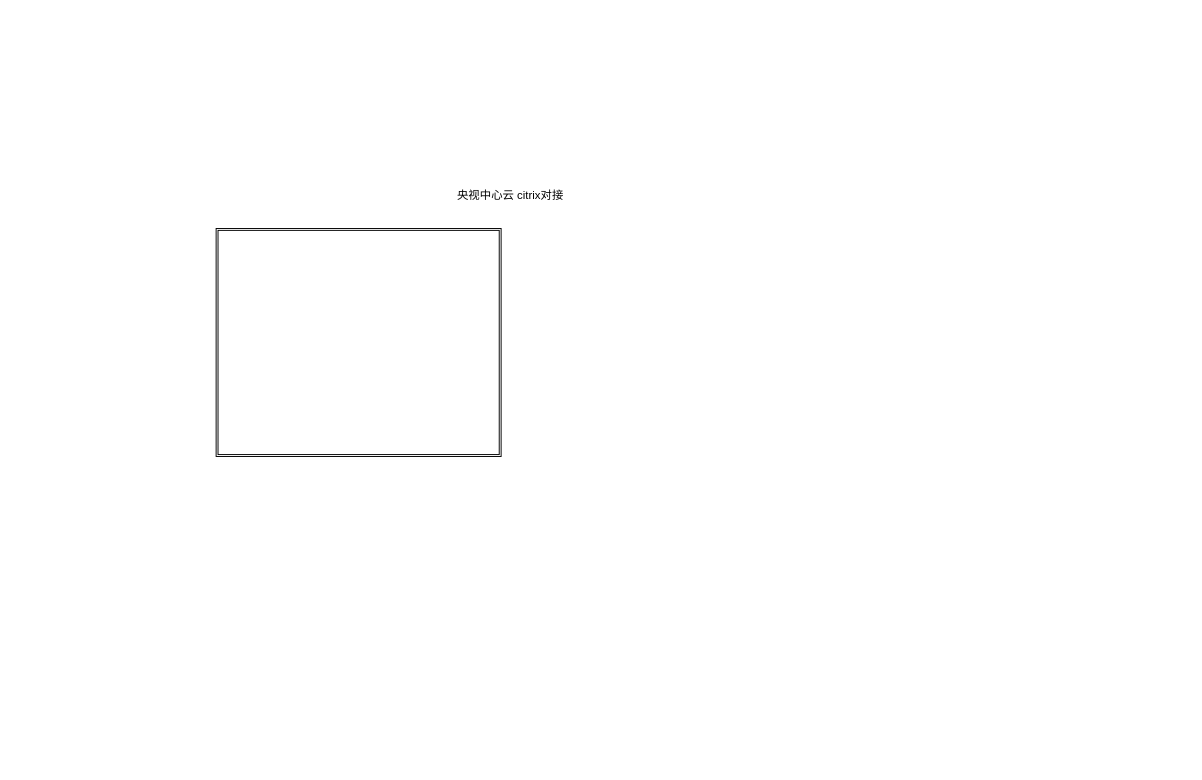
The draw.io diagram Untitled Diagram.drawio in Crispian-Han/hello-world, before the edit. Source tidied: cells renumbered, new cells numbered last; positions are measured from the earlier drawing's top-left corner, leaving out a move shared by most shapes. Both pictures are drawn from the tidied source at 95%, with x=0, y=0 at pixel (216, 190).
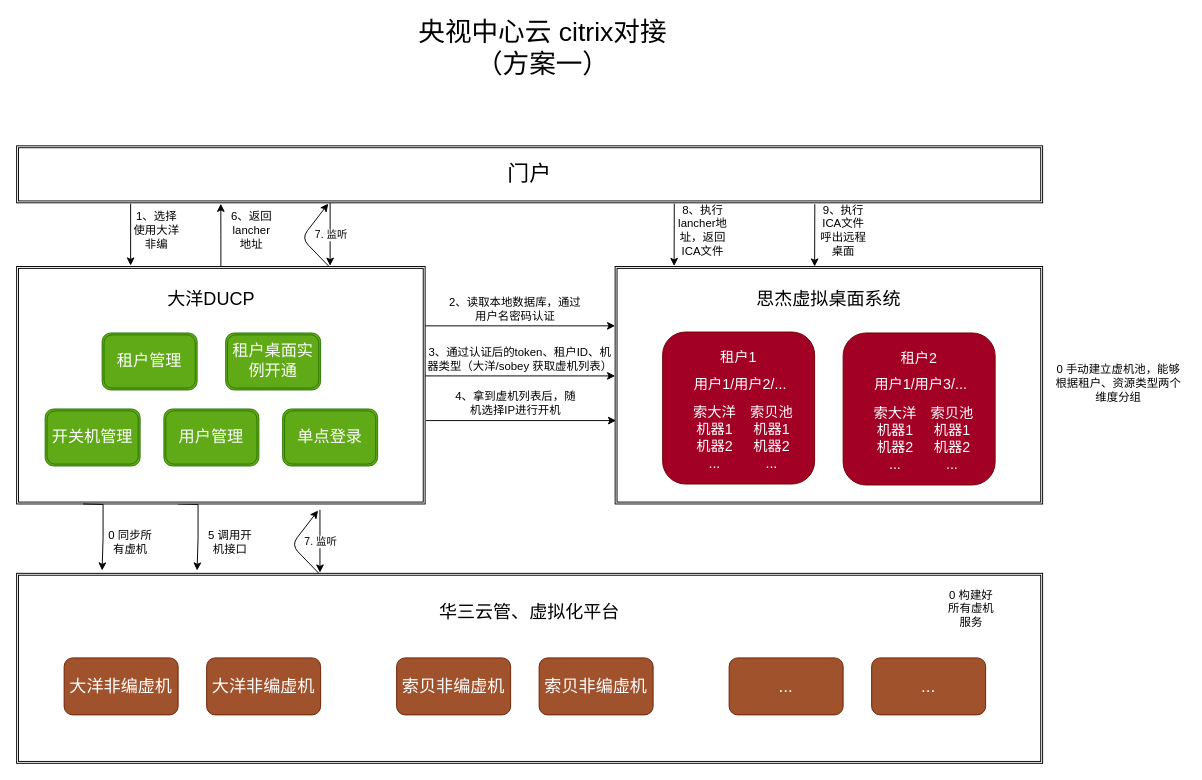
The same page after the edit.

Diff of the diagram source:
```diff
@@
     <mxCell id="2" style="shape=ext;double=1;rounded=0;whiteSpace=wrap;html=1;" parent="1" vertex="1">
-      <mxGeometry y="40" width="300" height="240" as="geometry" />
+      <mxGeometry x="-210" y="403" width="1080" height="200" as="geometry" />
     </mxCell>
-    <mxCell id="3" value="央视中心云 citrix对接" style="text;html=1;strokeColor=none;fillColor=none;align=center;verticalAlign=middle;whiteSpace=wrap;rounded=0;" parent="1" vertex="1">
-      <mxGeometry x="250" width="120" height="10" as="geometry" />
+    <mxCell id="3" value="&lt;font style=&quot;font-size: 28px&quot;&gt;央视中心云 citrix对接（方案一）&lt;/font&gt;" style="text;html=1;strokeColor=none;fillColor=none;align=center;verticalAlign=middle;whiteSpace=wrap;rounded=0;" parent="1" vertex="1">
+      <mxGeometry x="204" y="-180" width="280" height="60" as="geometry" />
     </mxCell>
+    <mxCell id="4" style="edgeStyle=orthogonalEdgeStyle;rounded=0;jettySize=auto;html=1;exitX=1;exitY=0.25;exitDx=0;exitDy=0;entryX=0;entryY=0.25;entryDx=0;entryDy=0;" parent="1" edge="1" source="7" target="8">
+      <mxGeometry relative="1" as="geometry" />
+    </mxCell>
+    <mxCell id="5" style="edgeStyle=orthogonalEdgeStyle;rounded=0;orthogonalLoop=1;jettySize=auto;html=1;exitX=0.25;exitY=1;exitDx=0;exitDy=0;" parent="1" edge="1">
+      <mxGeometry relative="1" as="geometry">
+        <mxPoint x="-40" y="330" as="sourcePoint" />
+        <mxPoint x="-20" y="400" as="targetPoint" />
+      </mxGeometry>
+    </mxCell>
+    <mxCell id="6" style="edgeStyle=orthogonalEdgeStyle;rounded=0;jettySize=auto;html=1;exitX=0.5;exitY=0;exitDx=0;exitDy=0;entryX=0.199;entryY=1.017;entryDx=0;entryDy=0;entryPerimeter=0;" parent="1" edge="1" source="7" target="9">
+      <mxGeometry relative="1" as="geometry" />
+    </mxCell>
+    <mxCell id="7" style="shape=ext;double=1;rounded=0;whiteSpace=wrap;html=1;" parent="1" vertex="1">
+      <mxGeometry x="-210" y="80" width="430" height="250" as="geometry" />
+    </mxCell>
+    <mxCell id="8" style="shape=ext;double=1;rounded=0;whiteSpace=wrap;html=1;" parent="1" vertex="1">
+      <mxGeometry x="420" y="80" width="450" height="250" as="geometry" />
+    </mxCell>
+    <mxCell id="9" value="&lt;font style=&quot;font-size: 23px&quot;&gt;门户&lt;/font&gt;" style="shape=ext;double=1;rounded=0;whiteSpace=wrap;html=1;" parent="1" vertex="1">
+      <mxGeometry x="-210" y="-47" width="1080" height="60" as="geometry" />
+    </mxCell>
+    <mxCell id="10" value="&lt;font style=&quot;font-size: 19px&quot;&gt;华三云管、虚拟化平台&lt;/font&gt;" style="text;html=1;strokeColor=none;fillColor=none;align=center;verticalAlign=middle;whiteSpace=wrap;rounded=0;" parent="1" vertex="1">
+      <mxGeometry x="195" y="430" width="270" height="30" as="geometry" />
+    </mxCell>
+    <mxCell id="11" value="&lt;span style=&quot;font-size: 19px&quot;&gt;大洋DUCP&lt;/span&gt;" style="text;html=1;strokeColor=none;fillColor=none;align=center;verticalAlign=middle;whiteSpace=wrap;rounded=0;" parent="1" vertex="1">
+      <mxGeometry x="-140" y="100" width="270" height="30" as="geometry" />
+    </mxCell>
+    <mxCell id="12" value="&lt;span style=&quot;font-size: 19px&quot;&gt;思杰虚拟桌面系统&lt;/span&gt;" style="text;html=1;strokeColor=none;fillColor=none;align=center;verticalAlign=middle;whiteSpace=wrap;rounded=0;" parent="1" vertex="1">
+      <mxGeometry x="510" y="100" width="270" height="30" as="geometry" />
+    </mxCell>
+    <mxCell id="13" value="&lt;font style=&quot;font-size: 18px&quot;&gt;大洋非编虚机&lt;/font&gt;" style="rounded=1;whiteSpace=wrap;html=1;fillColor=#a0522d;strokeColor=#6D1F00;fontColor=#ffffff;" parent="1" vertex="1">
+      <mxGeometry x="-160" y="492" width="120" height="60" as="geometry" />
+    </mxCell>
+    <mxCell id="14" value="&lt;font style=&quot;font-size: 18px&quot;&gt;大洋非编虚机&lt;/font&gt;" style="rounded=1;whiteSpace=wrap;html=1;fillColor=#a0522d;strokeColor=#6D1F00;fontColor=#ffffff;" parent="1" vertex="1">
+      <mxGeometry x="-10" y="492" width="120" height="60" as="geometry" />
+    </mxCell>
+    <mxCell id="15" value="&lt;font style=&quot;font-size: 18px&quot;&gt;索贝非编虚机&lt;/font&gt;" style="rounded=1;whiteSpace=wrap;html=1;fillColor=#a0522d;strokeColor=#6D1F00;fontColor=#ffffff;" parent="1" vertex="1">
+      <mxGeometry x="190" y="492" width="120" height="60" as="geometry" />
+    </mxCell>
+    <mxCell id="16" value="&lt;font style=&quot;font-size: 18px&quot;&gt;索贝非编虚机&lt;/font&gt;" style="rounded=1;whiteSpace=wrap;html=1;fillColor=#a0522d;strokeColor=#6D1F00;fontColor=#ffffff;" parent="1" vertex="1">
+      <mxGeometry x="340" y="492" width="120" height="60" as="geometry" />
+    </mxCell>
+    <mxCell id="17" value="&lt;font style=&quot;font-size: 18px&quot;&gt;...&lt;/font&gt;" style="rounded=1;whiteSpace=wrap;html=1;fillColor=#a0522d;strokeColor=#6D1F00;fontColor=#ffffff;" parent="1" vertex="1">
+      <mxGeometry x="540" y="492" width="120" height="60" as="geometry" />
+    </mxCell>
+    <mxCell id="18" value="&lt;font style=&quot;font-size: 18px&quot;&gt;...&lt;/font&gt;" style="rounded=1;whiteSpace=wrap;html=1;fillColor=#a0522d;strokeColor=#6D1F00;fontColor=#ffffff;" parent="1" vertex="1">
+      <mxGeometry x="690" y="492" width="120" height="60" as="geometry" />
+    </mxCell>
+    <mxCell id="19" value="&lt;font style=&quot;font-size: 17px&quot;&gt;租户管理&lt;/font&gt;" style="shape=ext;double=1;rounded=1;whiteSpace=wrap;html=1;fillColor=#60a917;strokeColor=#2D7600;fontColor=#ffffff;" parent="1" vertex="1">
+      <mxGeometry x="-120" y="150" width="100" height="60" as="geometry" />
+    </mxCell>
+    <mxCell id="20" value="&lt;font style=&quot;font-size: 17px&quot;&gt;租户桌面实例开通&lt;/font&gt;" style="shape=ext;double=1;rounded=1;whiteSpace=wrap;html=1;fillColor=#60a917;strokeColor=#2D7600;fontColor=#ffffff;" parent="1" vertex="1">
+      <mxGeometry x="10" y="150" width="100" height="60" as="geometry" />
+    </mxCell>
+    <mxCell id="21" value="&lt;span style=&quot;font-size: 17px&quot;&gt;用户管理&lt;/span&gt;" style="shape=ext;double=1;rounded=1;whiteSpace=wrap;html=1;fillColor=#60a917;strokeColor=#2D7600;fontColor=#ffffff;" parent="1" vertex="1">
+      <mxGeometry x="-55" y="230" width="100" height="60" as="geometry" />
+    </mxCell>
+    <mxCell id="22" value="&lt;span style=&quot;font-size: 17px&quot;&gt;开关机管理&lt;/span&gt;" style="shape=ext;double=1;rounded=1;whiteSpace=wrap;html=1;fillColor=#60a917;strokeColor=#2D7600;fontColor=#ffffff;" parent="1" vertex="1">
+      <mxGeometry x="-180" y="230" width="100" height="60" as="geometry" />
+    </mxCell>
+    <mxCell id="23" value="&lt;font style=&quot;font-size: 17px&quot;&gt;单点登录&lt;/font&gt;" style="shape=ext;double=1;rounded=1;whiteSpace=wrap;html=1;fillColor=#60a917;strokeColor=#2D7600;fontColor=#ffffff;" parent="1" vertex="1">
+      <mxGeometry x="70" y="230" width="100" height="60" as="geometry" />
+    </mxCell>
+    <mxCell id="24" style="rounded=1;whiteSpace=wrap;html=1;fillColor=#a20025;strokeColor=#6F0000;fontColor=#ffffff;" parent="1" vertex="1">
+      <mxGeometry x="470" y="149" width="160" height="160" as="geometry" />
+    </mxCell>
+    <mxCell id="25" value="5 调用开机接口" style="text;html=1;strokeColor=none;fillColor=none;align=center;verticalAlign=middle;whiteSpace=wrap;rounded=0;" parent="1" vertex="1">
+      <mxGeometry x="-10" y="360" width="50" height="20" as="geometry" />
+    </mxCell>
+    <mxCell id="26" value="&lt;font color=&quot;#ffffff&quot; style=&quot;font-size: 15px&quot;&gt;租户1&lt;/font&gt;" style="text;html=1;strokeColor=none;fillColor=none;align=center;verticalAlign=middle;whiteSpace=wrap;rounded=0;" parent="1" vertex="1">
+      <mxGeometry x="480" y="165" width="140" height="20" as="geometry" />
+    </mxCell>
+    <mxCell id="27" value="&lt;font color=&quot;#ffffff&quot; style=&quot;font-size: 15px&quot;&gt;用户1/用户2/...&lt;br&gt;&lt;/font&gt;" style="text;html=1;align=center;verticalAlign=middle;whiteSpace=wrap;rounded=0;strokeWidth=8;" parent="1" vertex="1">
+      <mxGeometry x="484" y="185" width="136" height="35" as="geometry" />
+    </mxCell>
+    <mxCell id="28" value="&lt;font color=&quot;#ffffff&quot; style=&quot;font-size: 15px&quot;&gt;索贝池&lt;br&gt;机器1&lt;br&gt;机器2&lt;br&gt;...&lt;br&gt;&lt;/font&gt;" style="text;html=1;align=center;verticalAlign=middle;whiteSpace=wrap;rounded=0;strokeWidth=8;" parent="1" vertex="1">
+      <mxGeometry x="560" y="215" width="50" height="90" as="geometry" />
+    </mxCell>
+    <mxCell id="29" value="&lt;font color=&quot;#ffffff&quot; style=&quot;font-size: 15px&quot;&gt;索大洋&lt;br&gt;机器1&lt;br&gt;机器2&lt;br&gt;...&lt;br&gt;&lt;/font&gt;" style="text;html=1;align=center;verticalAlign=middle;whiteSpace=wrap;rounded=0;strokeWidth=8;" parent="1" vertex="1">
+      <mxGeometry x="500" y="215" width="50" height="90" as="geometry" />
+    </mxCell>
+    <mxCell id="30" style="rounded=1;whiteSpace=wrap;html=1;fillColor=#a20025;strokeColor=#6F0000;fontColor=#ffffff;" parent="1" vertex="1">
+      <mxGeometry x="660" y="150" width="160" height="160" as="geometry" />
+    </mxCell>
+    <mxCell id="31" value="&lt;font color=&quot;#ffffff&quot; style=&quot;font-size: 15px&quot;&gt;租户2&lt;/font&gt;" style="text;html=1;strokeColor=none;fillColor=none;align=center;verticalAlign=middle;whiteSpace=wrap;rounded=0;" parent="1" vertex="1">
+      <mxGeometry x="670" y="166" width="140" height="20" as="geometry" />
+    </mxCell>
+    <mxCell id="32" value="&lt;font color=&quot;#ffffff&quot; style=&quot;font-size: 15px&quot;&gt;用户1/用户3/...&lt;br&gt;&lt;/font&gt;" style="text;html=1;align=center;verticalAlign=middle;whiteSpace=wrap;rounded=0;strokeWidth=8;" parent="1" vertex="1">
+      <mxGeometry x="674" y="186" width="136" height="35" as="geometry" />
+    </mxCell>
+    <mxCell id="33" value="&lt;font color=&quot;#ffffff&quot; style=&quot;font-size: 15px&quot;&gt;索贝池&lt;br&gt;机器1&lt;br&gt;机器2&lt;br&gt;...&lt;br&gt;&lt;/font&gt;" style="text;html=1;align=center;verticalAlign=middle;whiteSpace=wrap;rounded=0;strokeWidth=8;" parent="1" vertex="1">
+      <mxGeometry x="750" y="216" width="50" height="90" as="geometry" />
+    </mxCell>
+    <mxCell id="34" value="&lt;font color=&quot;#ffffff&quot; style=&quot;font-size: 15px&quot;&gt;索大洋&lt;br&gt;机器1&lt;br&gt;机器2&lt;br&gt;...&lt;br&gt;&lt;/font&gt;" style="text;html=1;align=center;verticalAlign=middle;whiteSpace=wrap;rounded=0;strokeWidth=8;" parent="1" vertex="1">
+      <mxGeometry x="690" y="216" width="50" height="90" as="geometry" />
+    </mxCell>
+    <mxCell id="35" value="2、读取本地数据库，通过用户名密码认证" style="text;html=1;strokeColor=none;fillColor=none;align=center;verticalAlign=middle;whiteSpace=wrap;rounded=0;" parent="1" vertex="1">
+      <mxGeometry x="240" y="115" width="150" height="20" as="geometry" />
+    </mxCell>
+    <mxCell id="36" style="edgeStyle=orthogonalEdgeStyle;rounded=0;orthogonalLoop=1;jettySize=auto;html=1;exitX=1;exitY=0.25;exitDx=0;exitDy=0;entryX=0;entryY=0.25;entryDx=0;entryDy=0;" parent="1" edge="1">
+      <mxGeometry relative="1" as="geometry">
+        <mxPoint x="220" y="195.2" as="sourcePoint" />
+        <mxPoint x="420" y="195.2" as="targetPoint" />
+      </mxGeometry>
+    </mxCell>
+    <mxCell id="37" value="3、通过认证后的token、租户ID、机器类型（大洋/sobey 获取虚机列表）" style="text;html=1;strokeColor=none;fillColor=none;align=center;verticalAlign=middle;whiteSpace=wrap;rounded=0;" parent="1" vertex="1">
+      <mxGeometry x="220" y="165" width="200" height="25" as="geometry" />
+    </mxCell>
+    <mxCell id="38" style="endArrow=classic;html=1;" parent="1" edge="1">
+      <mxGeometry relative="1" as="geometry">
+        <mxPoint x="-90" y="14" as="sourcePoint" />
+        <mxPoint x="-90" y="79" as="targetPoint" />
+      </mxGeometry>
+    </mxCell>
+    <mxCell id="39" value="1、选择使用大洋非编" style="text;html=1;strokeColor=none;fillColor=none;align=center;verticalAlign=middle;whiteSpace=wrap;rounded=0;" parent="1" vertex="1">
+      <mxGeometry x="-90" y="13" width="55" height="57" as="geometry" />
+    </mxCell>
+    <mxCell id="40" style="endArrow=classic;html=1;" parent="1" edge="1">
+      <mxGeometry relative="1" as="geometry">
+        <mxPoint x="120" y="13.2" as="sourcePoint" />
+        <mxPoint x="120" y="79.2" as="targetPoint" />
+      </mxGeometry>
+    </mxCell>
+    <mxCell id="41" value="7. 监听" style="edgeLabel;html=1;align=center;verticalAlign=middle;" parent="40" vertex="1">
+      <mxGeometry relative="1" as="geometry" />
+    </mxCell>
+    <mxCell id="42" style="endArrow=classic;html=1;exitX=0.567;exitY=-0.001;exitDx=0;exitDy=0;exitPerimeter=0;entryX=0.225;entryY=1.011;entryDx=0;entryDy=0;entryPerimeter=0;" parent="1" edge="1">
+      <mxGeometry relative="1" as="geometry">
+        <mxPoint x="118.8" y="80" as="sourcePoint" />
+        <mxPoint x="118" y="13.9" as="targetPoint" />
+        <Array as="points">
+          <mxPoint x="90" y="50.2" />
+        </Array>
+      </mxGeometry>
+    </mxCell>
+    <mxCell id="43" style="edgeStyle=orthogonalEdgeStyle;rounded=0;orthogonalLoop=1;jettySize=auto;html=1;exitX=1;exitY=0.25;exitDx=0;exitDy=0;entryX=0;entryY=0.25;entryDx=0;entryDy=0;" parent="1" edge="1">
+      <mxGeometry relative="1" as="geometry">
+        <mxPoint x="221" y="242.2" as="sourcePoint" />
+        <mxPoint x="421" y="242.2" as="targetPoint" />
+      </mxGeometry>
+    </mxCell>
+    <mxCell id="44" value="4、拿到虚机列表后，随机选择IP进行开机" style="text;html=1;strokeColor=none;fillColor=none;align=center;verticalAlign=middle;whiteSpace=wrap;rounded=0;" parent="1" vertex="1">
+      <mxGeometry x="250.5" y="210" width="129" height="28" as="geometry" />
+    </mxCell>
+    <mxCell id="45" value="6、返回lancher 地址" style="text;html=1;strokeColor=none;fillColor=none;align=center;verticalAlign=middle;whiteSpace=wrap;rounded=0;" parent="1" vertex="1">
+      <mxGeometry x="10" y="13" width="55" height="57" as="geometry" />
+    </mxCell>
+    <mxCell id="46" style="endArrow=classic;html=1;" parent="1" edge="1">
+      <mxGeometry relative="1" as="geometry">
+        <mxPoint x="109.3" y="336.2" as="sourcePoint" />
+        <mxPoint x="109.3" y="402.2" as="targetPoint" />
+      </mxGeometry>
+    </mxCell>
+    <mxCell id="47" value="7. 监听" style="edgeLabel;html=1;align=center;verticalAlign=middle;" parent="46" vertex="1">
+      <mxGeometry relative="1" as="geometry" />
+    </mxCell>
+    <mxCell id="48" style="endArrow=classic;html=1;exitX=0.567;exitY=-0.001;exitDx=0;exitDy=0;exitPerimeter=0;entryX=0.225;entryY=1.011;entryDx=0;entryDy=0;entryPerimeter=0;" parent="1" edge="1">
+      <mxGeometry relative="1" as="geometry">
+        <mxPoint x="108.1" y="403" as="sourcePoint" />
+        <mxPoint x="107.3" y="336.9" as="targetPoint" />
+        <Array as="points">
+          <mxPoint x="79.3" y="373.2" />
+        </Array>
+      </mxGeometry>
+    </mxCell>
+    <mxCell id="49" style="endArrow=classic;html=1;exitX=0.641;exitY=1.017;exitDx=0;exitDy=0;exitPerimeter=0;entryX=0.138;entryY=-0.002;entryDx=0;entryDy=0;entryPerimeter=0;" parent="1" edge="1" source="9" target="8">
+      <mxGeometry relative="1" as="geometry" />
+    </mxCell>
+    <mxCell id="50" value="8、执行lancher地址，返回ICA文件" style="text;html=1;strokeColor=none;fillColor=none;align=center;verticalAlign=middle;whiteSpace=wrap;rounded=0;" parent="1" vertex="1">
+      <mxGeometry x="485" y="13" width="55" height="57" as="geometry" />
+    </mxCell>
+    <mxCell id="51" style="endArrow=classic;html=1;exitX=0.641;exitY=1.017;exitDx=0;exitDy=0;exitPerimeter=0;entryX=0.138;entryY=-0.002;entryDx=0;entryDy=0;entryPerimeter=0;" parent="1" edge="1">
+      <mxGeometry relative="1" as="geometry">
+        <mxPoint x="630.2" y="14.5" as="sourcePoint" />
+        <mxPoint x="630" y="80" as="targetPoint" />
+      </mxGeometry>
+    </mxCell>
+    <mxCell id="52" value="9、执行ICA文件呼出远程桌面" style="text;html=1;strokeColor=none;fillColor=none;align=center;verticalAlign=middle;whiteSpace=wrap;rounded=0;" parent="1" vertex="1">
+      <mxGeometry x="632.9" y="13.5" width="55" height="57" as="geometry" />
+    </mxCell>
+    <mxCell id="53" style="edgeStyle=orthogonalEdgeStyle;rounded=0;orthogonalLoop=1;jettySize=auto;html=1;exitX=0.25;exitY=1;exitDx=0;exitDy=0;" parent="1" edge="1">
+      <mxGeometry relative="1" as="geometry">
+        <mxPoint x="-140" y="330" as="sourcePoint" />
+        <mxPoint x="-120" y="400" as="targetPoint" />
+      </mxGeometry>
+    </mxCell>
+    <mxCell id="54" value="0 同步所有虚机" style="text;html=1;strokeColor=none;fillColor=none;align=center;verticalAlign=middle;whiteSpace=wrap;rounded=0;" parent="1" vertex="1">
+      <mxGeometry x="-115" y="360" width="50" height="20" as="geometry" />
+    </mxCell>
+    <mxCell id="55" value="0 构建好所有虚机服务" style="text;html=1;strokeColor=none;fillColor=none;align=center;verticalAlign=middle;whiteSpace=wrap;rounded=0;" parent="1" vertex="1">
+      <mxGeometry x="770" y="430" width="50" height="20" as="geometry" />
+    </mxCell>
+    <mxCell id="56" value="0 手动建立虚机池，能够根据租户、资源类型两个维度分组" style="text;html=1;strokeColor=none;fillColor=none;align=center;verticalAlign=middle;whiteSpace=wrap;rounded=0;" parent="1" vertex="1">
+      <mxGeometry x="880" y="167.5" width="140" height="70" as="geometry" />
+    </mxCell>
```
